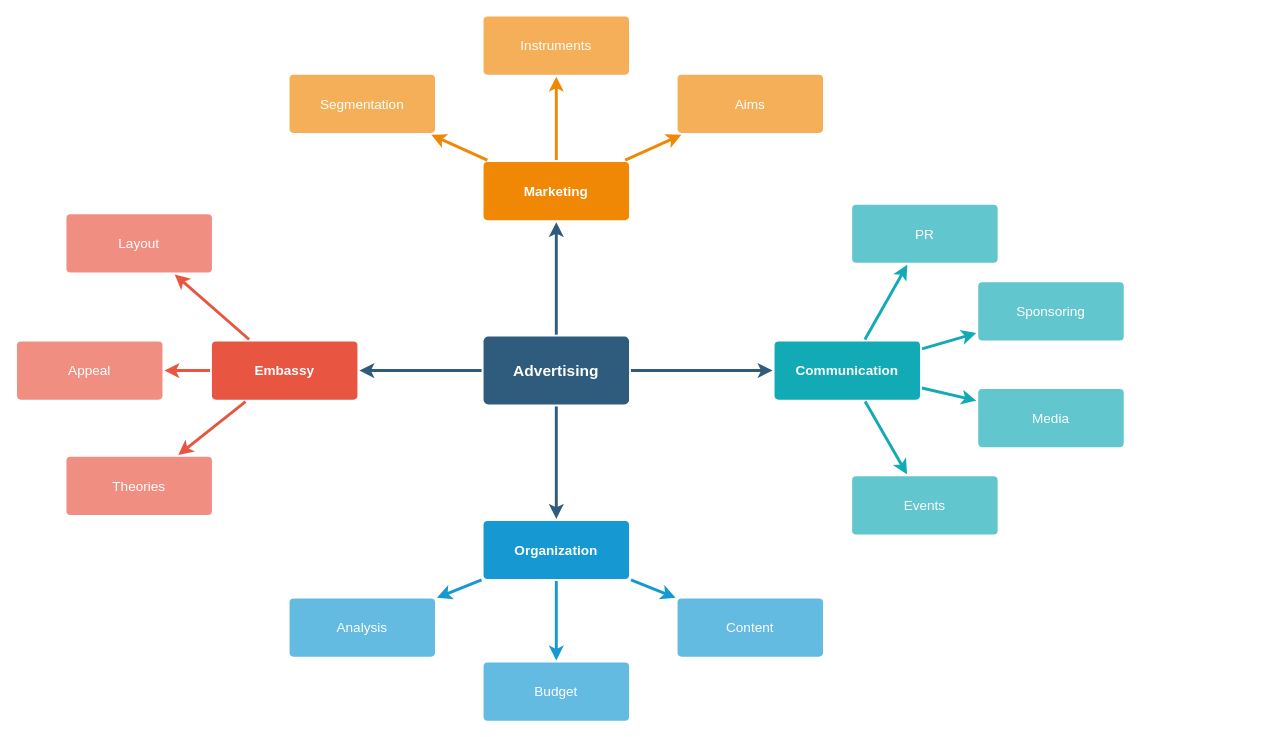
This is Untitled Diagram.drawio from Sandon/draw, a draw.io file, before an edit. Source tidied: cells renumbered, new cells numbered last; positions are measured from the earlier drawing's top-left corner, leaving out a move shared by most shapes. Both pictures are drawn from the tidied source at 97%, with x=0, y=0 at pixel (16, 16).
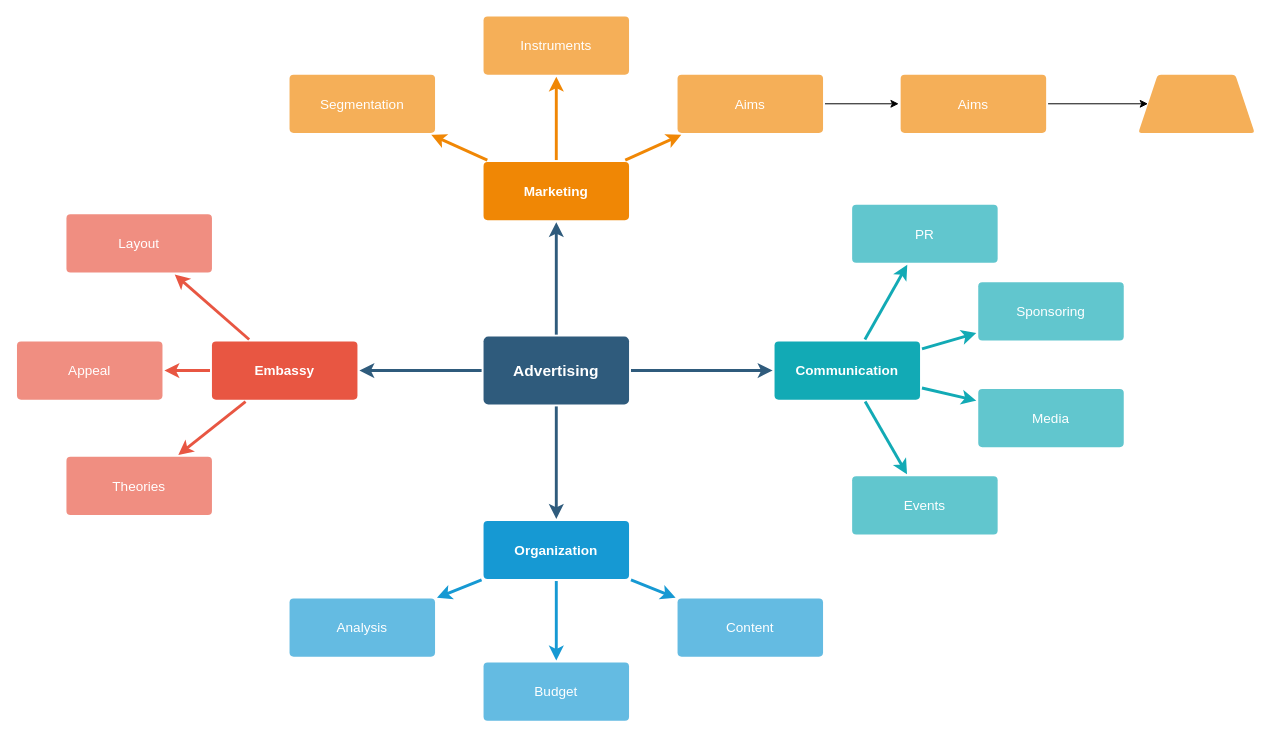
After the change.

The change refers to these unchanged cells:
```xml
<mxCell id="22" value="Aims&lt;br&gt;" style="rounded=1;whiteSpace=wrap;html=1;shadow=0;labelBackgroundColor=none;strokeColor=none;strokeWidth=3;fillColor=#f5af58;fontFamily=Helvetica;fontSize=14;fontColor=#FFFFFF;align=center;spacing=5;arcSize=7;perimeterSpacing=2;" parent="1" vertex="1">
  <mxGeometry x="681" y="60.5" width="150" height="60" as="geometry" />
</mxCell>
```

Change to the diagram source:
```diff
@@
+    <mxCell id="37" style="edgeStyle=orthogonalEdgeStyle;rounded=0;jettySize=auto;html=1;" parent="1" edge="1" source="22" target="39">
+      <mxGeometry relative="1" as="geometry" />
+    </mxCell>
@@
+    <mxCell id="38" style="edgeStyle=orthogonalEdgeStyle;rounded=0;jettySize=auto;html=1;" parent="1" edge="1" source="39" target="40">
+      <mxGeometry relative="1" as="geometry" />
+    </mxCell>
+    <mxCell id="39" value="Aims&lt;br&gt;" style="rounded=1;whiteSpace=wrap;html=1;shadow=0;labelBackgroundColor=none;strokeColor=none;strokeWidth=3;fillColor=#f5af58;fontFamily=Helvetica;fontSize=14;fontColor=#FFFFFF;align=center;spacing=5;arcSize=7;perimeterSpacing=2;" parent="1" vertex="1">
+      <mxGeometry x="911" y="60.5" width="150" height="60" as="geometry" />
+    </mxCell>
+    <mxCell id="40" style="shape=trapezoid;perimeter=trapezoidPerimeter;whiteSpace=wrap;html=1;fixedSize=1;fontSize=14;fillColor=#f5af58;strokeColor=none;fontColor=#FFFFFF;rounded=1;shadow=0;labelBackgroundColor=none;strokeWidth=3;spacing=5;arcSize=7;" parent="1" vertex="1">
+      <mxGeometry x="1156" y="60.5" width="120" height="60" as="geometry" />
+    </mxCell>
```
